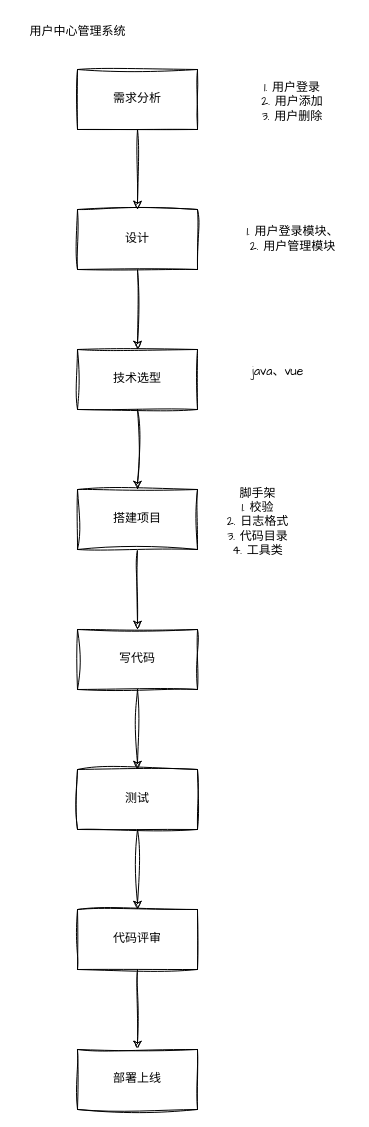
Rodert/javapub_oss keeps this draw.io diagram as draw/draw/项目从需求到上线流程.drawio. Above is the earlier version. Source tidied: cells renumbered, new cells numbered last; positions are measured from the earlier drawing's top-left corner, leaving out a move shared by most shapes. Both pictures are drawn from the tidied source at 100%, with x=0, y=0 at pixel (17, 17).
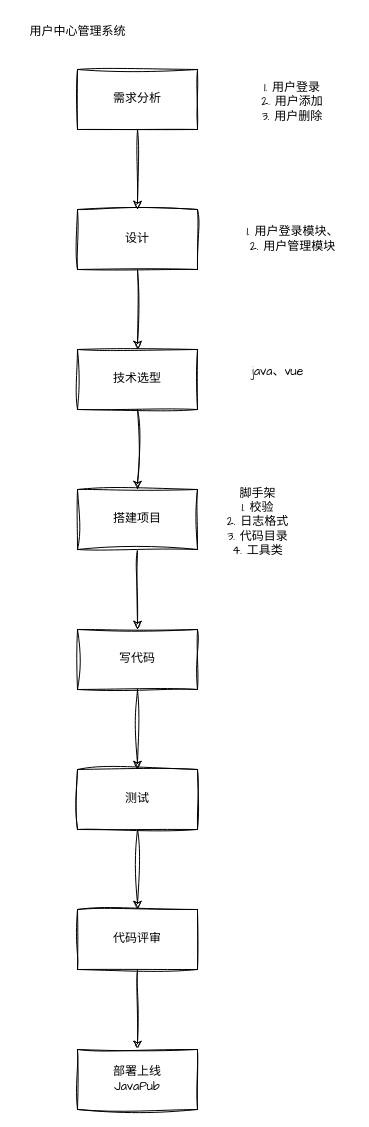
The same diagram, later.

Commit message:
更新项目从需求到上线流程.drawio

Change to the diagram source:
```diff
@@
-    <mxCell id="21" value="部署上线" style="whiteSpace=wrap;html=1;fontFamily=Architects Daughter;rounded=0;sketch=1;hachureGap=4;jiggle=2;curveFitting=1;" parent="1" vertex="1">
+    <mxCell id="21" value="部署上线&lt;br&gt;JavaPub" style="whiteSpace=wrap;html=1;fontFamily=Architects Daughter;rounded=0;sketch=1;hachureGap=4;jiggle=2;curveFitting=1;" parent="1" vertex="1">
       <mxGeometry x="60" y="1032" width="120" height="60" as="geometry" />
     </mxCell>
```
